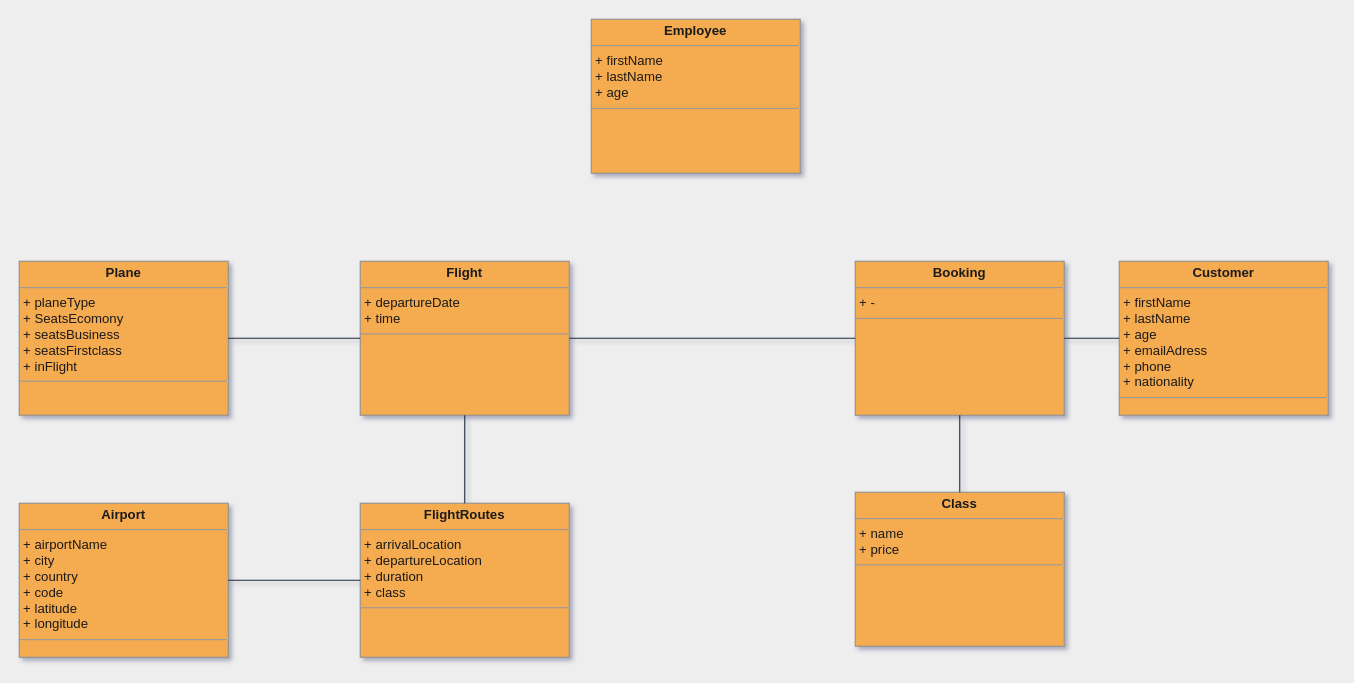
The draw.io diagram docs/domeinmodelVliegmaatschapij.drawio in huict/prbed-2122-v2c-teamdit, before the edit. Source tidied: cells renumbered, new cells numbered last; positions are measured from the earlier drawing's top-left corner, leaving out a move shared by most shapes. Both pictures are drawn from the tidied source at 110%, with x=0, y=0 at pixel (19, 19).
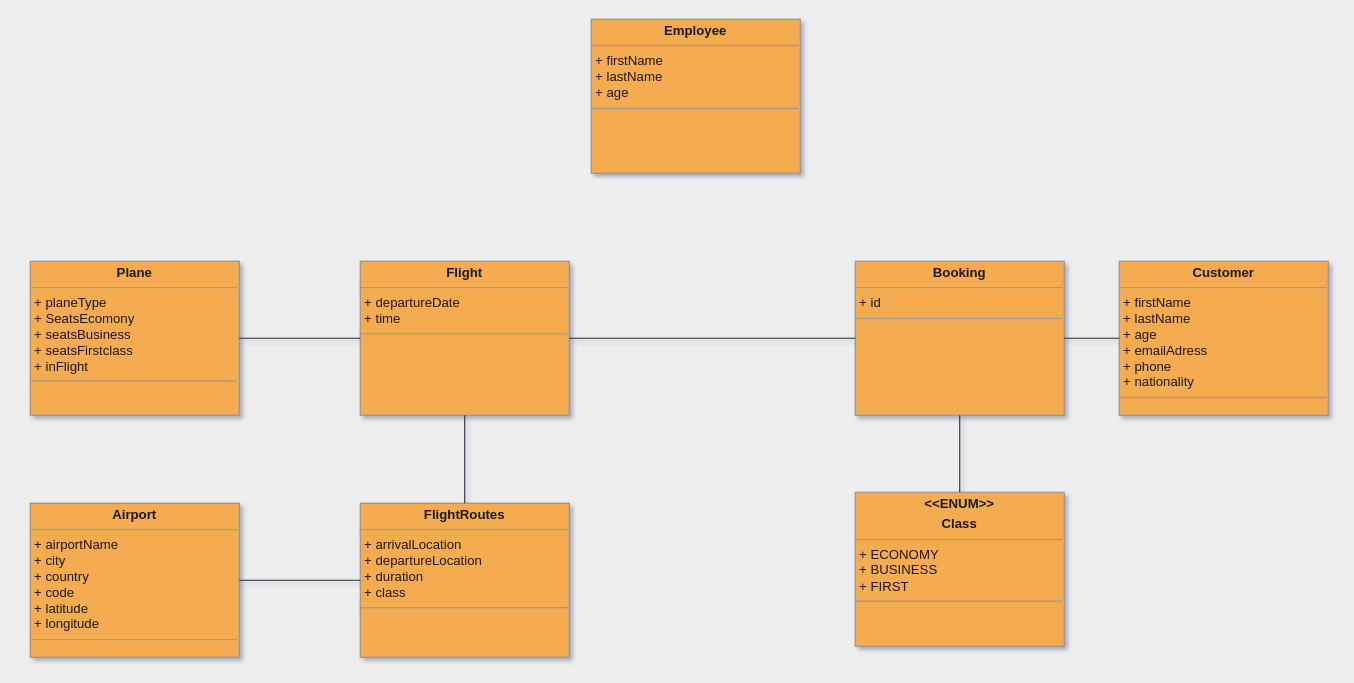
The same diagram, later.

Change to the diagram source:
```diff
@@
 <mxGraphModel background="#EEEEEE" shadow="1">
   <root>
     <mxCell id="0" />
     <mxCell id="1" parent="0" />
     <mxCell id="2" value="&lt;p style=&quot;margin: 0px ; margin-top: 4px ; text-align: center&quot;&gt;&lt;b&gt;Flight&lt;/b&gt;&lt;/p&gt;&lt;hr size=&quot;1&quot;&gt;&lt;p style=&quot;margin: 0px ; margin-left: 4px&quot;&gt;&lt;span&gt;+ departureDate&lt;/span&gt;&lt;br&gt;&lt;/p&gt;&lt;p style=&quot;margin: 0px ; margin-left: 4px&quot;&gt;+ time&lt;/p&gt;&lt;hr size=&quot;1&quot;&gt;&lt;p style=&quot;margin: 0px ; margin-left: 4px&quot;&gt;&lt;br&gt;&lt;/p&gt;" style="verticalAlign=top;align=left;overflow=fill;fontSize=12;fontFamily=Helvetica;html=1;shadow=0;comic=0;labelBackgroundColor=none;strokeWidth=1;fillColor=#F5AB50;strokeColor=#909090;fontColor=#1A1A1A;" parent="1" vertex="1">
       <mxGeometry x="310" y="220" width="190" height="140" as="geometry" />
     </mxCell>
     <mxCell id="3" value="&lt;p style=&quot;margin: 0px ; margin-top: 4px ; text-align: center&quot;&gt;&lt;b&gt;Customer&lt;/b&gt;&lt;/p&gt;&lt;hr size=&quot;1&quot;&gt;&lt;p style=&quot;margin: 0px ; margin-left: 4px&quot;&gt;+ firstName&lt;br&gt;&lt;/p&gt;&lt;p style=&quot;margin: 0px ; margin-left: 4px&quot;&gt;+ lastName&lt;/p&gt;&lt;p style=&quot;margin: 0px ; margin-left: 4px&quot;&gt;+ age&lt;/p&gt;&lt;p style=&quot;margin: 0px ; margin-left: 4px&quot;&gt;+ emailAdress&lt;/p&gt;&lt;p style=&quot;margin: 0px ; margin-left: 4px&quot;&gt;+ phone&lt;/p&gt;&lt;p style=&quot;margin: 0px ; margin-left: 4px&quot;&gt;+ nationality&lt;/p&gt;&lt;hr size=&quot;1&quot;&gt;&lt;p style=&quot;margin: 0px ; margin-left: 4px&quot;&gt;&lt;br&gt;&lt;/p&gt;" style="verticalAlign=top;align=left;overflow=fill;fontSize=12;fontFamily=Helvetica;html=1;shadow=0;comic=0;labelBackgroundColor=none;strokeWidth=1;fillColor=#F5AB50;strokeColor=#909090;fontColor=#1A1A1A;" parent="1" vertex="1">
       <mxGeometry x="1000" y="220" width="190" height="140" as="geometry" />
     </mxCell>
     <mxCell id="4" value="&lt;p style=&quot;margin: 0px ; margin-top: 4px ; text-align: center&quot;&gt;&lt;b&gt;Airport&lt;/b&gt;&lt;/p&gt;&lt;hr size=&quot;1&quot;&gt;&lt;p style=&quot;margin: 0px ; margin-left: 4px&quot;&gt;+ airportName&lt;br&gt;&lt;/p&gt;&lt;p style=&quot;margin: 0px ; margin-left: 4px&quot;&gt;+ city&lt;/p&gt;&lt;p style=&quot;margin: 0px ; margin-left: 4px&quot;&gt;+ country&lt;/p&gt;&lt;p style=&quot;margin: 0px ; margin-left: 4px&quot;&gt;+ code&lt;/p&gt;&lt;p style=&quot;margin: 0px ; margin-left: 4px&quot;&gt;+ latitude&lt;/p&gt;&lt;p style=&quot;margin: 0px ; margin-left: 4px&quot;&gt;+ longitude&lt;/p&gt;&lt;hr size=&quot;1&quot;&gt;&lt;p style=&quot;margin: 0px ; margin-left: 4px&quot;&gt;&lt;br&gt;&lt;/p&gt;" style="verticalAlign=top;align=left;overflow=fill;fontSize=12;fontFamily=Helvetica;html=1;shadow=0;comic=0;labelBackgroundColor=none;strokeWidth=1;fillColor=#F5AB50;strokeColor=#909090;fontColor=#1A1A1A;" parent="1" vertex="1">
-      <mxGeometry y="440" width="190" height="140" as="geometry" />
+      <mxGeometry x="10" y="440" width="190" height="140" as="geometry" />
     </mxCell>
     <mxCell id="5" value="&lt;p style=&quot;margin: 0px ; margin-top: 4px ; text-align: center&quot;&gt;&lt;b&gt;FlightRoutes&lt;/b&gt;&lt;/p&gt;&lt;hr size=&quot;1&quot;&gt;&lt;p style=&quot;margin: 0px ; margin-left: 4px&quot;&gt;+ arrivalLocation&lt;br&gt;&lt;/p&gt;&lt;p style=&quot;margin: 0px ; margin-left: 4px&quot;&gt;+ departureLocation&lt;/p&gt;&lt;p style=&quot;margin: 0px ; margin-left: 4px&quot;&gt;+ duration&lt;/p&gt;&lt;p style=&quot;margin: 0px ; margin-left: 4px&quot;&gt;+ class&lt;/p&gt;&lt;hr size=&quot;1&quot;&gt;&lt;p style=&quot;margin: 0px ; margin-left: 4px&quot;&gt;&lt;br&gt;&lt;/p&gt;" style="verticalAlign=top;align=left;overflow=fill;fontSize=12;fontFamily=Helvetica;html=1;shadow=0;comic=0;labelBackgroundColor=none;strokeWidth=1;fillColor=#F5AB50;strokeColor=#909090;fontColor=#1A1A1A;" parent="1" vertex="1">
       <mxGeometry x="310" y="440" width="190" height="140" as="geometry" />
     </mxCell>
-    <mxCell id="6" value="&lt;p style=&quot;margin: 0px ; margin-top: 4px ; text-align: center&quot;&gt;&lt;b&gt;Class&lt;/b&gt;&lt;/p&gt;&lt;hr size=&quot;1&quot;&gt;&lt;p style=&quot;margin: 0px ; margin-left: 4px&quot;&gt;+ name&lt;br&gt;&lt;/p&gt;&lt;p style=&quot;margin: 0px ; margin-left: 4px&quot;&gt;+ price&lt;br&gt;&lt;/p&gt;&lt;hr size=&quot;1&quot;&gt;&lt;p style=&quot;margin: 0px ; margin-left: 4px&quot;&gt;&lt;br&gt;&lt;/p&gt;" style="verticalAlign=top;align=left;overflow=fill;fontSize=12;fontFamily=Helvetica;html=1;shadow=0;comic=0;labelBackgroundColor=none;strokeWidth=1;fillColor=#F5AB50;strokeColor=#909090;fontColor=#1A1A1A;" parent="1" vertex="1">
+    <mxCell id="6" value="&lt;p style=&quot;margin: 0px ; margin-top: 4px ; text-align: center&quot;&gt;&lt;b&gt;&amp;lt;&amp;lt;ENUM&amp;gt;&amp;gt;&lt;/b&gt;&lt;/p&gt;&lt;p style=&quot;margin: 0px ; margin-top: 4px ; text-align: center&quot;&gt;&lt;b&gt;Class&lt;/b&gt;&lt;/p&gt;&lt;hr size=&quot;1&quot;&gt;&lt;p style=&quot;margin: 0px ; margin-left: 4px&quot;&gt;+ ECONOMY&lt;/p&gt;&lt;p style=&quot;margin: 0px ; margin-left: 4px&quot;&gt;+ BUSINESS&lt;/p&gt;&lt;p style=&quot;margin: 0px ; margin-left: 4px&quot;&gt;+ FIRST&lt;/p&gt;&lt;hr size=&quot;1&quot;&gt;&lt;p style=&quot;margin: 0px ; margin-left: 4px&quot;&gt;&lt;br&gt;&lt;/p&gt;" style="verticalAlign=top;align=left;overflow=fill;fontSize=12;fontFamily=Helvetica;html=1;shadow=0;comic=0;labelBackgroundColor=none;strokeWidth=1;fillColor=#F5AB50;strokeColor=#909090;fontColor=#1A1A1A;" parent="1" vertex="1">
       <mxGeometry x="760" y="430" width="190" height="140" as="geometry" />
     </mxCell>
-    <mxCell id="7" value="&lt;p style=&quot;margin: 0px ; margin-top: 4px ; text-align: center&quot;&gt;&lt;b&gt;Booking&lt;/b&gt;&lt;/p&gt;&lt;hr size=&quot;1&quot;&gt;&lt;p style=&quot;margin: 0px ; margin-left: 4px&quot;&gt;+ -&lt;/p&gt;&lt;hr size=&quot;1&quot;&gt;&lt;p style=&quot;margin: 0px ; margin-left: 4px&quot;&gt;&lt;br&gt;&lt;/p&gt;" style="verticalAlign=top;align=left;overflow=fill;fontSize=12;fontFamily=Helvetica;html=1;shadow=0;comic=0;labelBackgroundColor=none;strokeWidth=1;fillColor=#F5AB50;strokeColor=#909090;fontColor=#1A1A1A;" parent="1" vertex="1">
+    <mxCell id="7" value="&lt;p style=&quot;margin: 0px ; margin-top: 4px ; text-align: center&quot;&gt;&lt;b&gt;Booking&lt;/b&gt;&lt;/p&gt;&lt;hr size=&quot;1&quot;&gt;&lt;p style=&quot;margin: 0px ; margin-left: 4px&quot;&gt;+ id&lt;/p&gt;&lt;hr size=&quot;1&quot;&gt;&lt;p style=&quot;margin: 0px ; margin-left: 4px&quot;&gt;&lt;br&gt;&lt;/p&gt;" style="verticalAlign=top;align=left;overflow=fill;fontSize=12;fontFamily=Helvetica;html=1;shadow=0;comic=0;labelBackgroundColor=none;strokeWidth=1;fillColor=#F5AB50;strokeColor=#909090;fontColor=#1A1A1A;" parent="1" vertex="1">
       <mxGeometry x="760" y="220" width="190" height="140" as="geometry" />
     </mxCell>
     <mxCell id="8" value="&lt;p style=&quot;margin: 0px ; margin-top: 4px ; text-align: center&quot;&gt;&lt;b&gt;Plane&lt;/b&gt;&lt;/p&gt;&lt;hr size=&quot;1&quot;&gt;&lt;p style=&quot;margin: 0px ; margin-left: 4px&quot;&gt;+ planeType&lt;/p&gt;&lt;p style=&quot;margin: 0px ; margin-left: 4px&quot;&gt;+ SeatsEcomony&lt;/p&gt;&lt;p style=&quot;margin: 0px ; margin-left: 4px&quot;&gt;+ seatsBusiness&lt;/p&gt;&lt;p style=&quot;margin: 0px ; margin-left: 4px&quot;&gt;+ seatsFirstclass&lt;/p&gt;&lt;p style=&quot;margin: 0px ; margin-left: 4px&quot;&gt;+ inFlight&lt;/p&gt;&lt;hr size=&quot;1&quot;&gt;&lt;p style=&quot;margin: 0px ; margin-left: 4px&quot;&gt;&lt;br&gt;&lt;/p&gt;" style="verticalAlign=top;align=left;overflow=fill;fontSize=12;fontFamily=Helvetica;html=1;shadow=0;comic=0;labelBackgroundColor=none;strokeWidth=1;fillColor=#F5AB50;strokeColor=#909090;fontColor=#1A1A1A;" parent="1" vertex="1">
-      <mxGeometry y="220" width="190" height="140" as="geometry" />
+      <mxGeometry x="10" y="220" width="190" height="140" as="geometry" />
     </mxCell>
-    <mxCell id="9" style="endArrow=none;html=1;entryX=0.5;entryY=1;entryDx=0;entryDy=0;exitX=0.5;exitY=0;exitDx=0;exitDy=0;labelBackgroundColor=#EEEEEE;strokeColor=#182E3E;fontColor=#1A1A1A;" parent="1" edge="1" source="6" target="7">
-      <mxGeometry relative="1" as="geometry" />
-    </mxCell>
     <mxCell id="10" style="endArrow=none;html=1;entryX=0;entryY=0.5;entryDx=0;entryDy=0;exitX=1;exitY=0.5;exitDx=0;exitDy=0;labelBackgroundColor=#EEEEEE;strokeColor=#182E3E;fontColor=#1A1A1A;" parent="1" edge="1" source="7" target="3">
       <mxGeometry relative="1" as="geometry" />
     </mxCell>
     <mxCell id="11" style="endArrow=none;html=1;entryX=0;entryY=0.5;entryDx=0;entryDy=0;exitX=1;exitY=0.5;exitDx=0;exitDy=0;labelBackgroundColor=#EEEEEE;strokeColor=#182E3E;fontColor=#1A1A1A;" parent="1" edge="1" source="2" target="7">
       <mxGeometry relative="1" as="geometry" />
     </mxCell>
     <mxCell id="12" style="endArrow=none;html=1;entryX=0;entryY=0.5;entryDx=0;entryDy=0;exitX=1;exitY=0.5;exitDx=0;exitDy=0;labelBackgroundColor=#EEEEEE;strokeColor=#182E3E;fontColor=#1A1A1A;" parent="1" edge="1" source="8" target="2">
       <mxGeometry relative="1" as="geometry" />
     </mxCell>
     <mxCell id="13" style="endArrow=none;html=1;entryX=0.5;entryY=1;entryDx=0;entryDy=0;labelBackgroundColor=#EEEEEE;strokeColor=#182E3E;fontColor=#1A1A1A;" parent="1" edge="1" source="5" target="2">
       <mxGeometry relative="1" as="geometry" />
     </mxCell>
     <mxCell id="14" style="endArrow=none;html=1;entryX=0;entryY=0.5;entryDx=0;entryDy=0;exitX=1;exitY=0.5;exitDx=0;exitDy=0;labelBackgroundColor=#EEEEEE;strokeColor=#182E3E;fontColor=#1A1A1A;" parent="1" edge="1" source="4" target="5">
       <mxGeometry relative="1" as="geometry" />
     </mxCell>
     <mxCell id="15" value="&lt;p style=&quot;margin: 0px ; margin-top: 4px ; text-align: center&quot;&gt;&lt;b&gt;Employee&lt;/b&gt;&lt;/p&gt;&lt;hr size=&quot;1&quot;&gt;&lt;p style=&quot;margin: 0px ; margin-left: 4px&quot;&gt;+ firstName&lt;br&gt;&lt;/p&gt;&lt;p style=&quot;margin: 0px ; margin-left: 4px&quot;&gt;+ lastName&lt;/p&gt;&lt;p style=&quot;margin: 0px ; margin-left: 4px&quot;&gt;+ age&lt;/p&gt;&lt;hr size=&quot;1&quot;&gt;&lt;p style=&quot;margin: 0px ; margin-left: 4px&quot;&gt;&lt;br&gt;&lt;/p&gt;" style="verticalAlign=top;align=left;overflow=fill;fontSize=12;fontFamily=Helvetica;html=1;shadow=0;comic=0;labelBackgroundColor=none;strokeWidth=1;fillColor=#F5AB50;strokeColor=#909090;fontColor=#1A1A1A;" parent="1" vertex="1">
       <mxGeometry x="520" width="190" height="140" as="geometry" />
     </mxCell>
+    <mxCell id="9" style="endArrow=none;html=1;fontColor=#1A1A1A;strokeColor=#182E3E;entryX=0.5;entryY=1;entryDx=0;entryDy=0;exitX=0.5;exitY=0;exitDx=0;exitDy=0;" parent="1" edge="1" source="6" target="7">
+      <mxGeometry relative="1" as="geometry" />
+    </mxCell>
   </root>
 </mxGraphModel>
```
